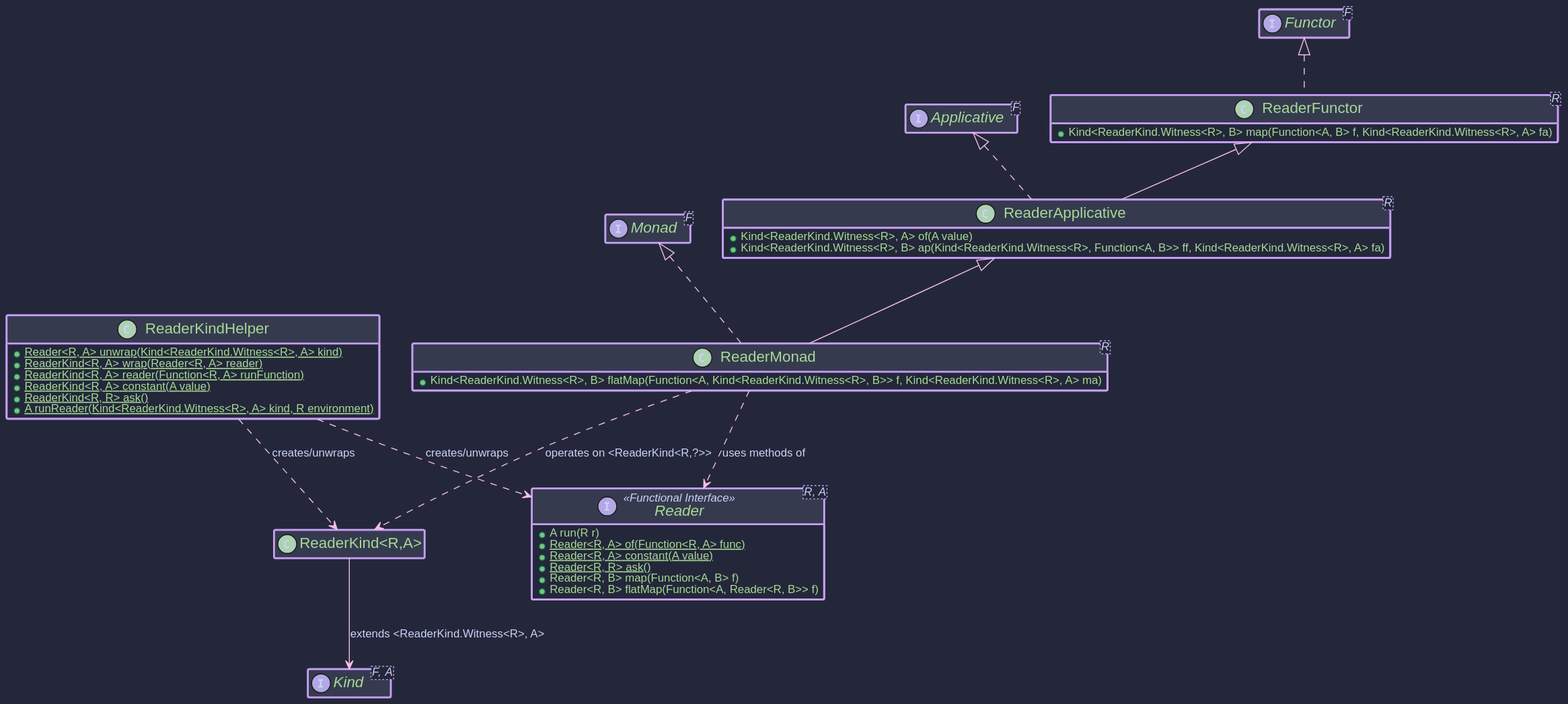
The PlantUML diagram hkj-book/src/images/puml/reader_monad.svg in higher-kinded-j/higher-kinded-j, before a commit.
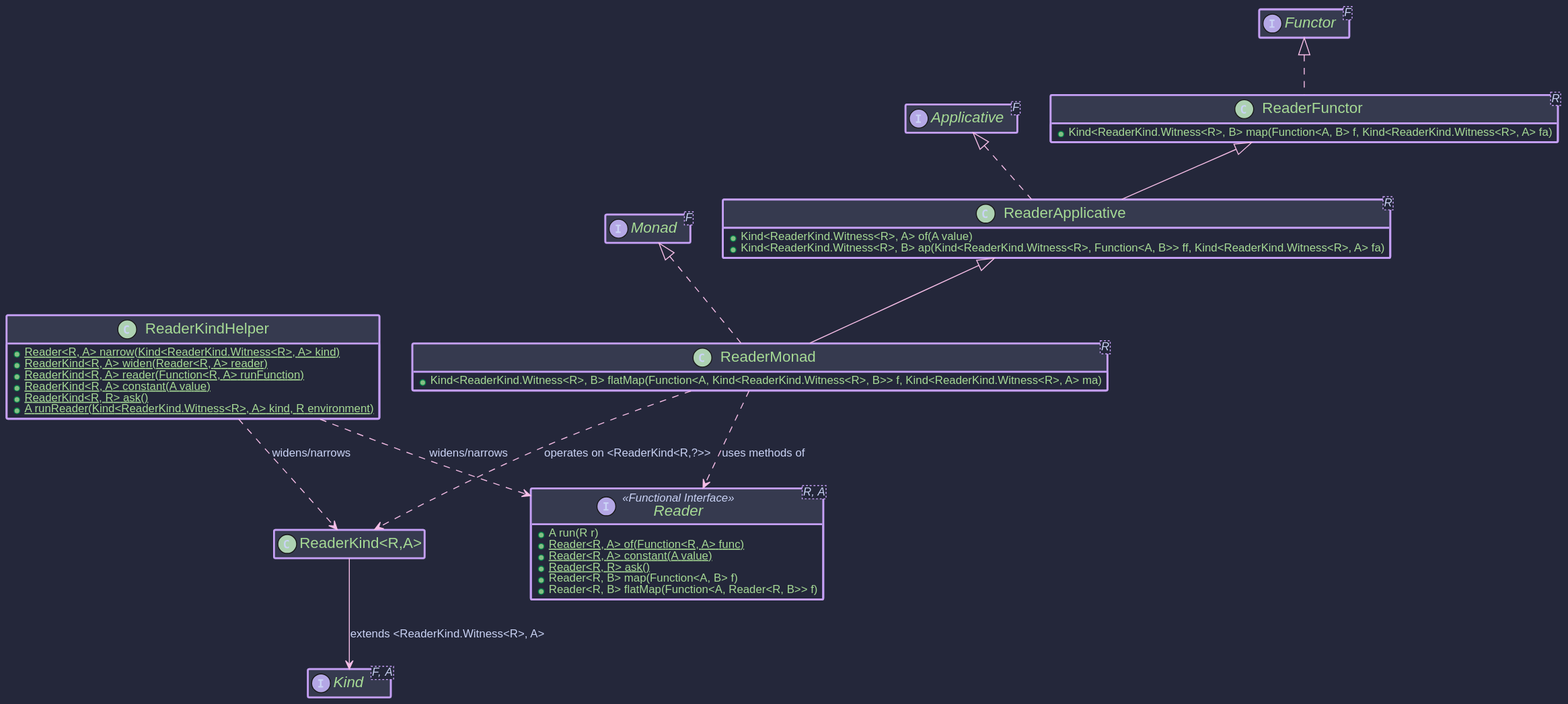
After the commit.

The edit, as a diff of the source:
```diff
@@ -22,8 +22,8 @@
 
 
 class ReaderKindHelper {
-  + {static} Reader<R, A> unwrap(Kind<ReaderKind.Witness<R>, A> kind)
-  + {static} ReaderKind<R, A> wrap(Reader<R, A> reader)
+  + {static} Reader<R, A> narrow(Kind<ReaderKind.Witness<R>, A> kind)
+  + {static} ReaderKind<R, A> widen(Reader<R, A> reader)
   + {static} ReaderKind<R, A> reader(Function<R, A> runFunction)
   + {static} ReaderKind<R, A> constant(A value)
   + {static} ReaderKind<R, R> ask()
@@ -44,8 +44,8 @@
 
 "ReaderKind<R,A>" --> Kind : extends <ReaderKind.Witness<R>, A>
 
-ReaderKindHelper ..> Reader : creates/unwraps
-ReaderKindHelper ..> "ReaderKind<R,A>" : creates/unwraps
+ReaderKindHelper ..> Reader : widens/narrows
+ReaderKindHelper ..> "ReaderKind<R,A>" : widens/narrows
 
 ReaderMonad ..> "ReaderKind<R,A>" : operates on <ReaderKind<R,?>>
 ReaderMonad ..> Reader : uses methods of
```
